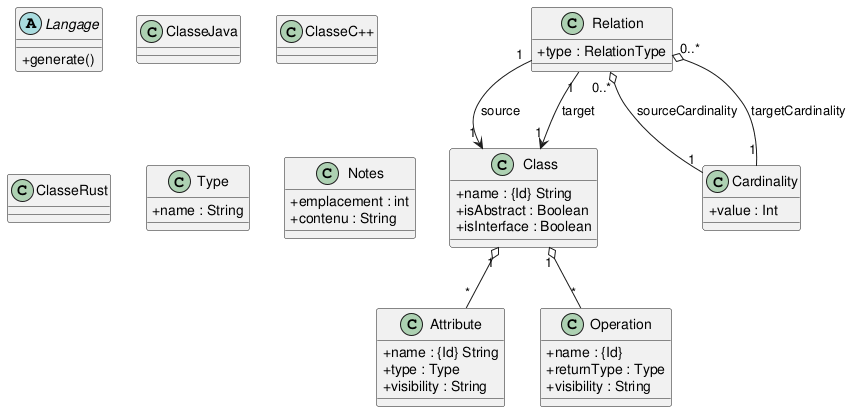
RasdaCorentin/PlantUML2Code keeps this PlantUML diagram as doc/class_diag_uml2java.png. Above is the earlier version.
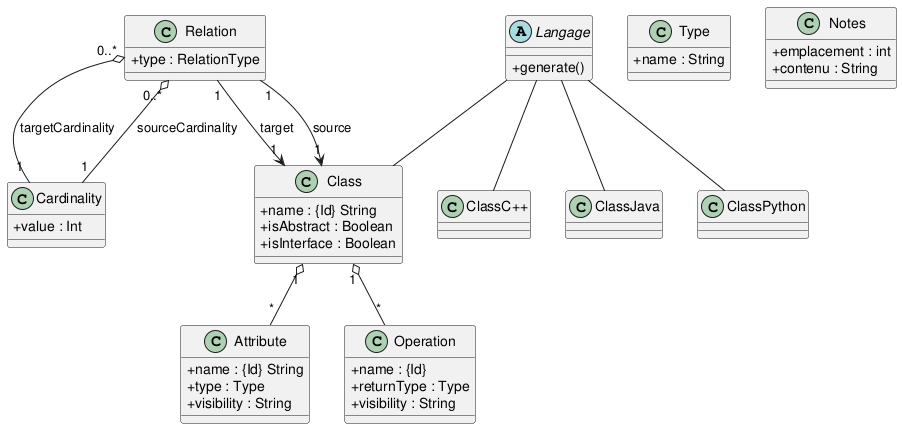
The same diagram one commit later.

Commit message:
Ajouts diag de class

The edit, as a diff of the source:
```diff
@@ -6,6 +6,7 @@
   +isAbstract : Boolean
   +isInterface : Boolean
 }
+
 
 Class "1" o-- "*" Attribute
 Class "1" o-- "*" Operation
@@ -37,13 +38,18 @@
   + generate()
 }
 
+Langage -- Class
+Langage -- "ClassC++"
+Langage -- ClassJava
+Langage -- ClassPython
+
 class Cardinality {
   +value : Int
 }
 
-class ClasseJava{}
-class ClasseC++{}
-class ClasseRust{}
+class ClassJava{}
+class ClassC++{}
+class ClassPython{}
 
 class Type {
   +name : String
```
